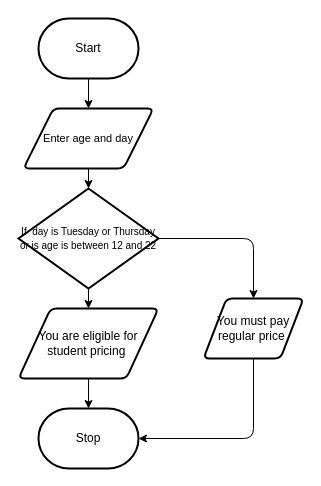
Earlier version of the draw.io diagram design/flowchart.drawio (Johanna-liu16/ICS2O-Unit-5-04-JS). Source tidied: cells renumbered, new cells numbered last; positions are measured from the earlier drawing's top-left corner, leaving out a move shared by most shapes. Both pictures are drawn from the tidied source at 100%, with x=0, y=0 at pixel (18, 18).
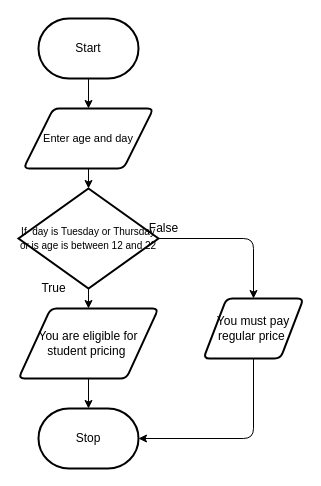
The same diagram, later.

Diff of the diagram source:
```diff
@@
 <mxGraphModel>
   <root>
     <mxCell id="0" />
     <mxCell id="1" parent="0" />
     <mxCell id="2" style="edgeStyle=none;html=1;exitX=0.5;exitY=1;exitDx=0;exitDy=0;exitPerimeter=0;entryX=0.5;entryY=0;entryDx=0;entryDy=0;" parent="1" edge="1" source="3" target="5">
       <mxGeometry relative="1" as="geometry" />
     </mxCell>
     <mxCell id="3" value="Start" style="strokeWidth=2;html=1;shape=mxgraph.flowchart.terminator;whiteSpace=wrap;" parent="1" vertex="1">
       <mxGeometry x="20" width="100" height="60" as="geometry" />
     </mxCell>
     <mxCell id="4" style="edgeStyle=none;html=1;exitX=0.5;exitY=1;exitDx=0;exitDy=0;fontSize=12;" parent="1" edge="1" source="5" target="11">
       <mxGeometry relative="1" as="geometry" />
     </mxCell>
     <mxCell id="5" value="&lt;font style=&quot;font-size: 11px&quot;&gt;Enter age and day&lt;/font&gt;" style="shape=parallelogram;html=1;strokeWidth=2;perimeter=parallelogramPerimeter;whiteSpace=wrap;rounded=1;arcSize=12;size=0.23;" parent="1" vertex="1">
       <mxGeometry x="5" y="90" width="130" height="60" as="geometry" />
     </mxCell>
     <mxCell id="6" style="edgeStyle=none;html=1;exitX=0.5;exitY=1;exitDx=0;exitDy=0;entryX=0.5;entryY=0;entryDx=0;entryDy=0;entryPerimeter=0;" parent="1" edge="1" source="7" target="8">
       <mxGeometry relative="1" as="geometry" />
     </mxCell>
     <mxCell id="7" value="&lt;div&gt;&lt;span style=&quot;line-height: 0.4&quot;&gt;&lt;font style=&quot;font-size: 12px&quot;&gt;You are eligible for student pricing&amp;nbsp;&lt;/font&gt;&lt;/span&gt;&lt;/div&gt;" style="shape=parallelogram;html=1;strokeWidth=2;perimeter=parallelogramPerimeter;whiteSpace=wrap;rounded=1;arcSize=12;size=0.23;align=center;" parent="1" vertex="1">
       <mxGeometry y="290" width="140" height="70" as="geometry" />
     </mxCell>
     <mxCell id="8" value="Stop" style="strokeWidth=2;html=1;shape=mxgraph.flowchart.terminator;whiteSpace=wrap;" parent="1" vertex="1">
       <mxGeometry x="20" y="390" width="100" height="60" as="geometry" />
     </mxCell>
     <mxCell id="9" style="edgeStyle=none;html=1;exitX=0.5;exitY=1;exitDx=0;exitDy=0;exitPerimeter=0;fontSize=12;" parent="1" edge="1" source="11" target="7">
       <mxGeometry relative="1" as="geometry" />
     </mxCell>
     <mxCell id="10" style="edgeStyle=none;html=1;fontSize=12;entryX=0.5;entryY=0;entryDx=0;entryDy=0;" parent="1" edge="1" source="11" target="13">
       <mxGeometry relative="1" as="geometry">
         <Array as="points">
           <mxPoint x="235" y="220" />
         </Array>
       </mxGeometry>
     </mxCell>
     <mxCell id="11" value="&lt;font style=&quot;font-size: 10px&quot;&gt;If&amp;nbsp; day is Tuesday or Thursday or is age is between 12 and 22&lt;/font&gt;" style="strokeWidth=2;html=1;shape=mxgraph.flowchart.decision;whiteSpace=wrap;fontSize=11;" parent="1" vertex="1">
       <mxGeometry y="170" width="140" height="100" as="geometry" />
     </mxCell>
     <mxCell id="12" style="edgeStyle=none;html=1;exitX=0.5;exitY=1;exitDx=0;exitDy=0;fontSize=12;entryX=1;entryY=0.5;entryDx=0;entryDy=0;entryPerimeter=0;" parent="1" edge="1" source="13" target="8">
       <mxGeometry relative="1" as="geometry">
         <Array as="points">
           <mxPoint x="235" y="420" />
         </Array>
       </mxGeometry>
     </mxCell>
     <mxCell id="13" value="You must pay regular price&amp;nbsp;" style="shape=parallelogram;html=1;strokeWidth=2;perimeter=parallelogramPerimeter;whiteSpace=wrap;rounded=1;arcSize=12;size=0.23;fontSize=12;" parent="1" vertex="1">
       <mxGeometry x="185" y="280" width="100" height="60" as="geometry" />
     </mxCell>
+    <mxCell id="14" value="True" style="text;html=1;align=center;verticalAlign=middle;strokeColor=none;fillColor=none;fontSize=12;" parent="1" vertex="1">
+      <mxGeometry x="15" y="260" width="40" height="20" as="geometry" />
+    </mxCell>
+    <mxCell id="15" value="False" style="text;html=1;align=center;verticalAlign=middle;strokeColor=none;fillColor=none;fontSize=12;" parent="1" vertex="1">
+      <mxGeometry x="120" y="200" width="50" height="20" as="geometry" />
+    </mxCell>
   </root>
 </mxGraphModel>
```
